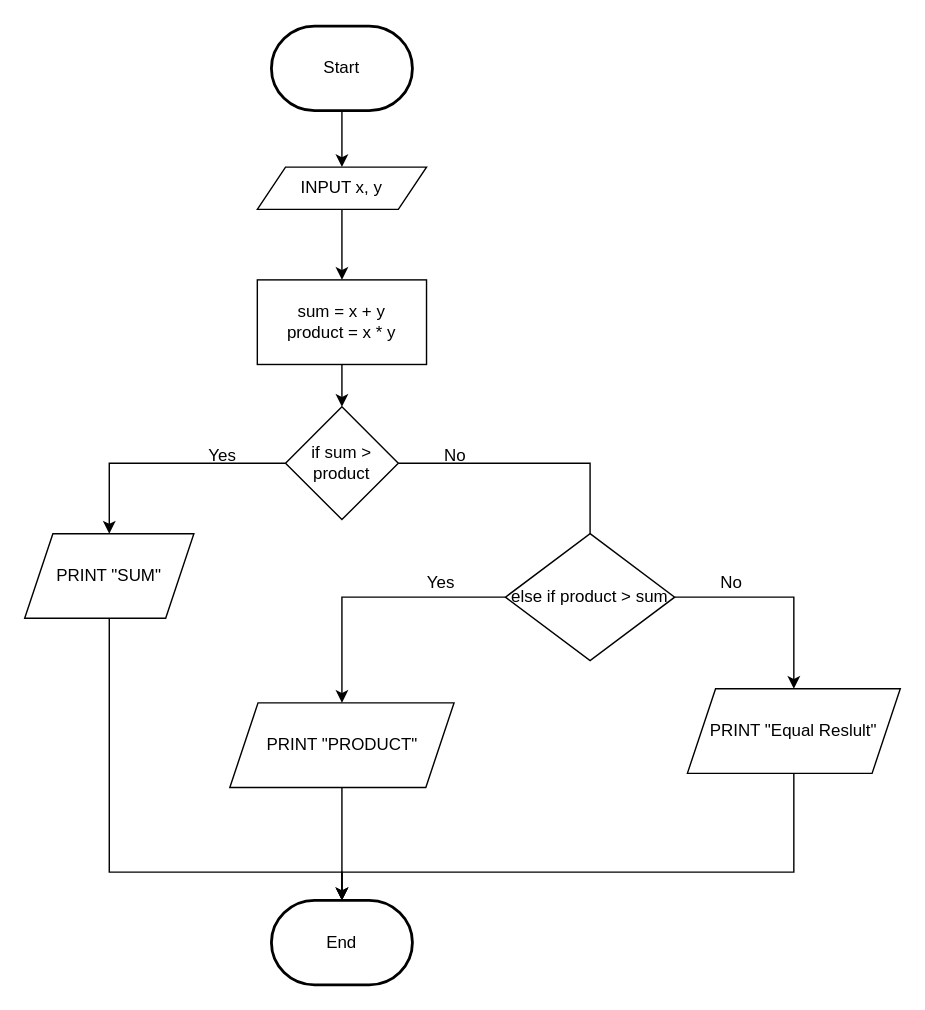
This is page "Page-5" (8 of 10) of Untitled Diagram.drawio from Carlo06/Randoms, a draw.io file, before an edit. Source tidied: cells renumbered, new cells numbered last; positions are measured from the earlier drawing's top-left corner, leaving out a move shared by most shapes. Both pictures are drawn from the tidied source at 141%, with x=0, y=0 at pixel (24, 25).
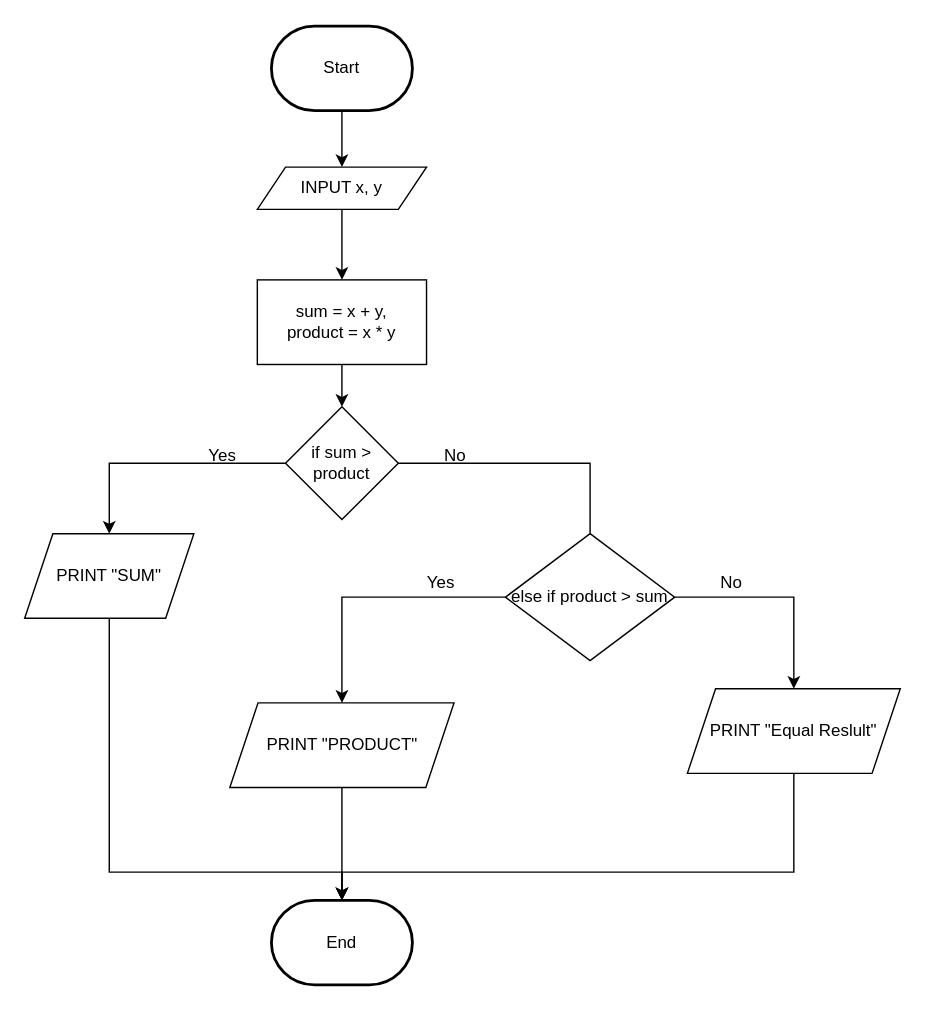
The same diagram, later.

Diff of the diagram source:
```diff
@@
-    <mxCell id="7" value="sum = x + y&lt;br&gt;product = x * y" style="rounded=0;whiteSpace=wrap;html=1;" parent="1" vertex="1">
+    <mxCell id="7" value="sum = x + y,&lt;br&gt;product = x * y" style="rounded=0;whiteSpace=wrap;html=1;" parent="1" vertex="1">
       <mxGeometry x="165" y="180" width="120" height="60" as="geometry" />
     </mxCell>
```
